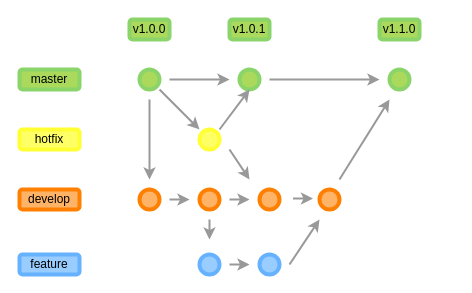
The draw.io diagram gitflow.drawio in aleonly/drawio, before the edit. Source tidied: cells renumbered, new cells numbered last; positions are measured from the earlier drawing's top-left corner, leaving out a move shared by most shapes. Both pictures are drawn from the tidied source at 100%, with x=0, y=0 at pixel (19, 19).
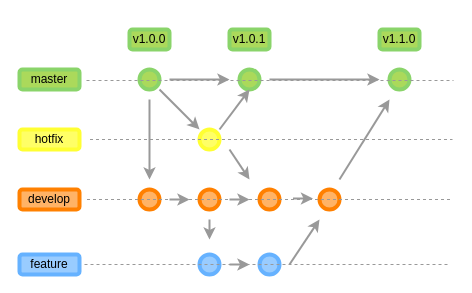
The same diagram, later.

Change to the diagram source:
```diff
@@
     <mxCell id="15" value="v1.0.0" style="rounded=1;whiteSpace=wrap;html=1;strokeColor=#8AD46A;strokeWidth=4;fillColor=#ABD95B;" parent="1" vertex="1">
-      <mxGeometry x="110" width="40" height="20" as="geometry" />
+      <mxGeometry x="110" y="10" width="40" height="20" as="geometry" />
     </mxCell>
@@
     <mxCell id="29" value="v1.0.1" style="rounded=1;whiteSpace=wrap;html=1;strokeColor=#8AD46A;strokeWidth=4;fillColor=#ABD95B;" parent="1" vertex="1">
-      <mxGeometry x="210" width="40" height="20" as="geometry" />
+      <mxGeometry x="210" y="10" width="40" height="20" as="geometry" />
     </mxCell>
@@
     <mxCell id="31" value="v1.1.0" style="rounded=1;whiteSpace=wrap;html=1;strokeColor=#8AD46A;strokeWidth=4;fillColor=#ABD95B;" parent="1" vertex="1">
-      <mxGeometry x="360" width="40" height="20" as="geometry" />
+      <mxGeometry x="360" y="10" width="40" height="20" as="geometry" />
     </mxCell>
+    <mxCell id="32" style="endArrow=none;dashed=1;html=1;strokeColor=#999999;" parent="1" edge="1">
+      <mxGeometry relative="1" as="geometry">
+        <mxPoint x="67" y="61" as="sourcePoint" />
+        <mxPoint x="434" y="61" as="targetPoint" />
+      </mxGeometry>
+    </mxCell>
+    <mxCell id="33" style="endArrow=none;dashed=1;html=1;strokeColor=#999999;" parent="1" edge="1">
+      <mxGeometry relative="1" as="geometry">
+        <mxPoint x="70.5" y="120" as="sourcePoint" />
+        <mxPoint x="433" y="120" as="targetPoint" />
+      </mxGeometry>
+    </mxCell>
+    <mxCell id="34" style="endArrow=none;dashed=1;html=1;strokeColor=#999999;" parent="1" edge="1">
+      <mxGeometry relative="1" as="geometry">
+        <mxPoint x="67.5" y="180" as="sourcePoint" />
+        <mxPoint x="433" y="180" as="targetPoint" />
+      </mxGeometry>
+    </mxCell>
+    <mxCell id="35" style="endArrow=none;dashed=1;html=1;strokeColor=#999999;" parent="1" edge="1">
+      <mxGeometry relative="1" as="geometry">
+        <mxPoint x="65" y="245" as="sourcePoint" />
+        <mxPoint x="429" y="245" as="targetPoint" />
+      </mxGeometry>
+    </mxCell>
```
